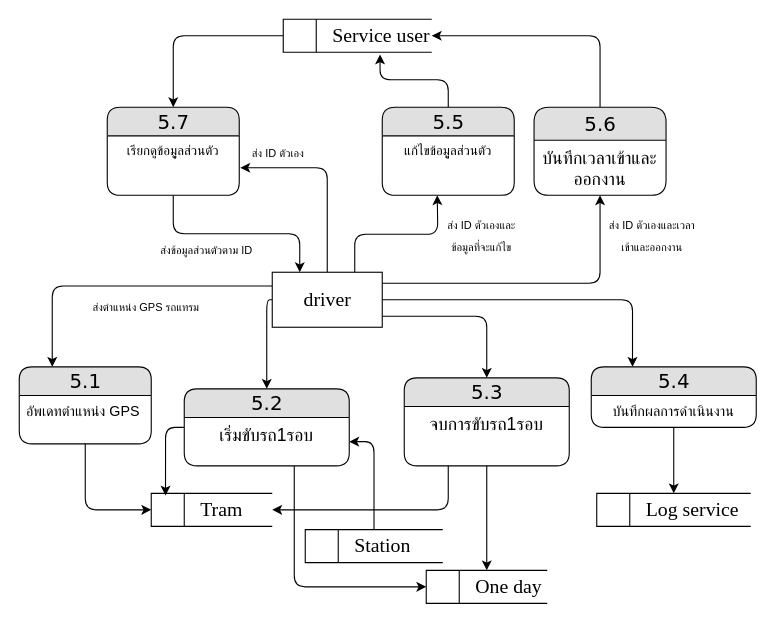
Above: page "5" (4 of 7) of data_flow.drawio in Domineice/Tram_tracking_draft (draw.io), before the change. Source tidied: cells renumbered, new cells numbered last; positions are measured from the earlier drawing's top-left corner, leaving out a move shared by most shapes. Both pictures are drawn from the tidied source at 110%, with x=0, y=0 at pixel (19, 19).
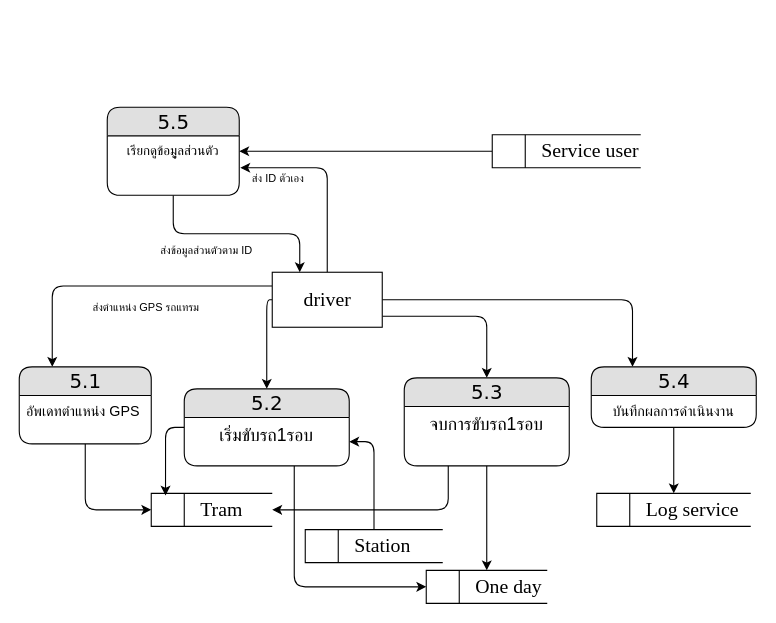
The same diagram, later.

The change refers to these unchanged cells:
```xml
<mxCell id="9" value="driver" style="html=1;dashed=0;whitespace=wrap;fontFamily=Times New Roman;fontSize=18;align=center;" parent="1" vertex="1">
  <mxGeometry x="230" y="230" width="100" height="50" as="geometry" />
</mxCell>
```

Diff of the diagram source:
```diff
@@
-    <mxCell id="4" style="edgeStyle=orthogonalEdgeStyle;rounded=1;jettySize=auto;html=1;fontSize=10;exitX=0.75;exitY=0;exitDx=0;exitDy=0;" parent="1" edge="1" source="9">
-      <mxGeometry relative="1" as="geometry">
-        <mxPoint x="380" y="160" as="targetPoint" />
-      </mxGeometry>
-    </mxCell>
-    <mxCell id="5" style="edgeStyle=orthogonalEdgeStyle;rounded=1;jettySize=auto;html=1;entryX=0.5;entryY=1;entryDx=0;entryDy=0;fontSize=10;" parent="1" edge="1" source="9" target="34">
-      <mxGeometry relative="1" as="geometry">
-        <Array as="points">
-          <mxPoint x="528" y="240" />
-        </Array>
-      </mxGeometry>
-    </mxCell>
@@
     <mxCell id="16" value="&lt;blockquote style=&quot;margin: 0 0 0 40px ; border: none ; padding: 0px&quot;&gt;Service user&lt;/blockquote&gt;" style="html=1;dashed=0;whitespace=wrap;shape=mxgraph.dfd.dataStoreID;align=left;spacingLeft=3;points=[[0,0],[0.5,0],[1,0],[0,0.5],[1,0.5],[0,1],[0.5,1],[1,1]];fontFamily=Times New Roman;fontSize=18;" parent="1" vertex="1">
-      <mxGeometry x="240" width="135" height="30" as="geometry" />
+      <mxGeometry x="430" y="105" width="135" height="30" as="geometry" />
     </mxCell>
@@
-    <mxCell id="24" value="&lt;font style=&quot;font-size: 18px&quot;&gt;5.7&lt;br&gt;&lt;/font&gt;" style="swimlane;html=1;fontStyle=0;horizontal=1;startSize=26;fillColor=#e0e0e0;swimlaneFillColor=#ffffff;align=center;rounded=1;shadow=0;comic=0;labelBackgroundColor=none;strokeWidth=1;fontFamily=Verdana;fontSize=12;" parent="1" vertex="1">
+    <mxCell id="24" value="&lt;font style=&quot;font-size: 18px&quot;&gt;5.5&lt;br&gt;&lt;/font&gt;" style="swimlane;html=1;fontStyle=0;horizontal=1;startSize=26;fillColor=#e0e0e0;swimlaneFillColor=#ffffff;align=center;rounded=1;shadow=0;comic=0;labelBackgroundColor=none;strokeWidth=1;fontFamily=Verdana;fontSize=12;" parent="1" vertex="1">
       <mxGeometry x="80" y="80" width="120" height="80" as="geometry" />
     </mxCell>
@@
-    <mxCell id="26" style="edgeStyle=orthogonalEdgeStyle;rounded=1;jettySize=auto;html=1;entryX=0.652;entryY=1.067;entryDx=0;entryDy=0;entryPerimeter=0;fontSize=10;" parent="1" edge="1" source="27" target="16">
-      <mxGeometry relative="1" as="geometry" />
-    </mxCell>
-    <mxCell id="27" value="&lt;font style=&quot;font-size: 18px&quot;&gt;5.5&lt;br&gt;&lt;/font&gt;" style="swimlane;html=1;fontStyle=0;horizontal=1;startSize=26;fillColor=#e0e0e0;swimlaneFillColor=#ffffff;align=center;rounded=1;shadow=0;comic=0;labelBackgroundColor=none;strokeWidth=1;fontFamily=Verdana;fontSize=12;" parent="1" vertex="1">
-      <mxGeometry x="330" y="80" width="120" height="80" as="geometry" />
-    </mxCell>
-    <mxCell id="28" value="&lt;span&gt;แก้ไขข้อมููลส่วนตัว&lt;br&gt;&lt;/span&gt;" style="text;html=1;strokeColor=none;fillColor=none;spacingLeft=4;spacingRight=4;whiteSpace=wrap;overflow=hidden;align=center;" parent="27" vertex="1">
-      <mxGeometry y="26" width="120" height="44" as="geometry" />
-    </mxCell>
@@
-    <mxCell id="33" style="edgeStyle=orthogonalEdgeStyle;rounded=1;jettySize=auto;html=1;entryX=1;entryY=0.5;entryDx=0;entryDy=0;fontSize=16;" parent="1" edge="1" source="34" target="16">
-      <mxGeometry relative="1" as="geometry">
-        <Array as="points">
-          <mxPoint x="528" y="15" />
-        </Array>
-      </mxGeometry>
-    </mxCell>
-    <mxCell id="34" value="&lt;font style=&quot;font-size: 18px&quot;&gt;5.6&lt;br&gt;&lt;/font&gt;" style="swimlane;html=1;fontStyle=0;horizontal=1;startSize=30;fillColor=#e0e0e0;swimlaneFillColor=#ffffff;align=center;rounded=1;shadow=0;comic=0;labelBackgroundColor=none;strokeWidth=1;fontFamily=Verdana;fontSize=12;" parent="1" vertex="1">
-      <mxGeometry x="468" y="80" width="120" height="80" as="geometry" />
-    </mxCell>
-    <mxCell id="35" value="&lt;font style=&quot;font-size: 16px&quot;&gt;บันทึกเวลาเข้าและออกงาน&lt;/font&gt;" style="text;html=1;strokeColor=none;fillColor=none;spacingLeft=4;spacingRight=4;whiteSpace=wrap;overflow=hidden;align=center;" parent="34" vertex="1">
-      <mxGeometry y="30" width="120" height="44" as="geometry" />
-    </mxCell>
@@
     <mxCell id="41" value="&lt;font style=&quot;font-size: 10px&quot;&gt;ส่ง ID ตัวเอง&lt;/font&gt;" style="text;html=1;align=center;verticalAlign=middle;strokeColor=none;fillColor=none;fontSize=16;" parent="1" vertex="1">
-      <mxGeometry x="200" y="105" width="70" height="30" as="geometry" />
+      <mxGeometry x="200" y="127" width="70" height="30" as="geometry" />
     </mxCell>
-    <mxCell id="42" value="&lt;font style=&quot;font-size: 10px&quot;&gt;ส่ง ID ตัวเองและ&lt;br&gt;ข้อมูลที่จะแก้ไข&lt;/font&gt;" style="text;html=1;align=center;verticalAlign=middle;strokeColor=none;fillColor=none;fontSize=16;" parent="1" vertex="1">
-      <mxGeometry x="380" y="170" width="80" height="50" as="geometry" />
-    </mxCell>
-    <mxCell id="43" value="&lt;font style=&quot;font-size: 10px&quot;&gt;ส่ง ID ตัวเองและเวลา&lt;br&gt;เข้าและออกงาน&lt;br&gt;&lt;/font&gt;" style="text;html=1;align=center;verticalAlign=middle;strokeColor=none;fillColor=none;fontSize=16;" parent="1" vertex="1">
-      <mxGeometry x="525" y="170" width="100" height="50" as="geometry" />
-    </mxCell>
```
